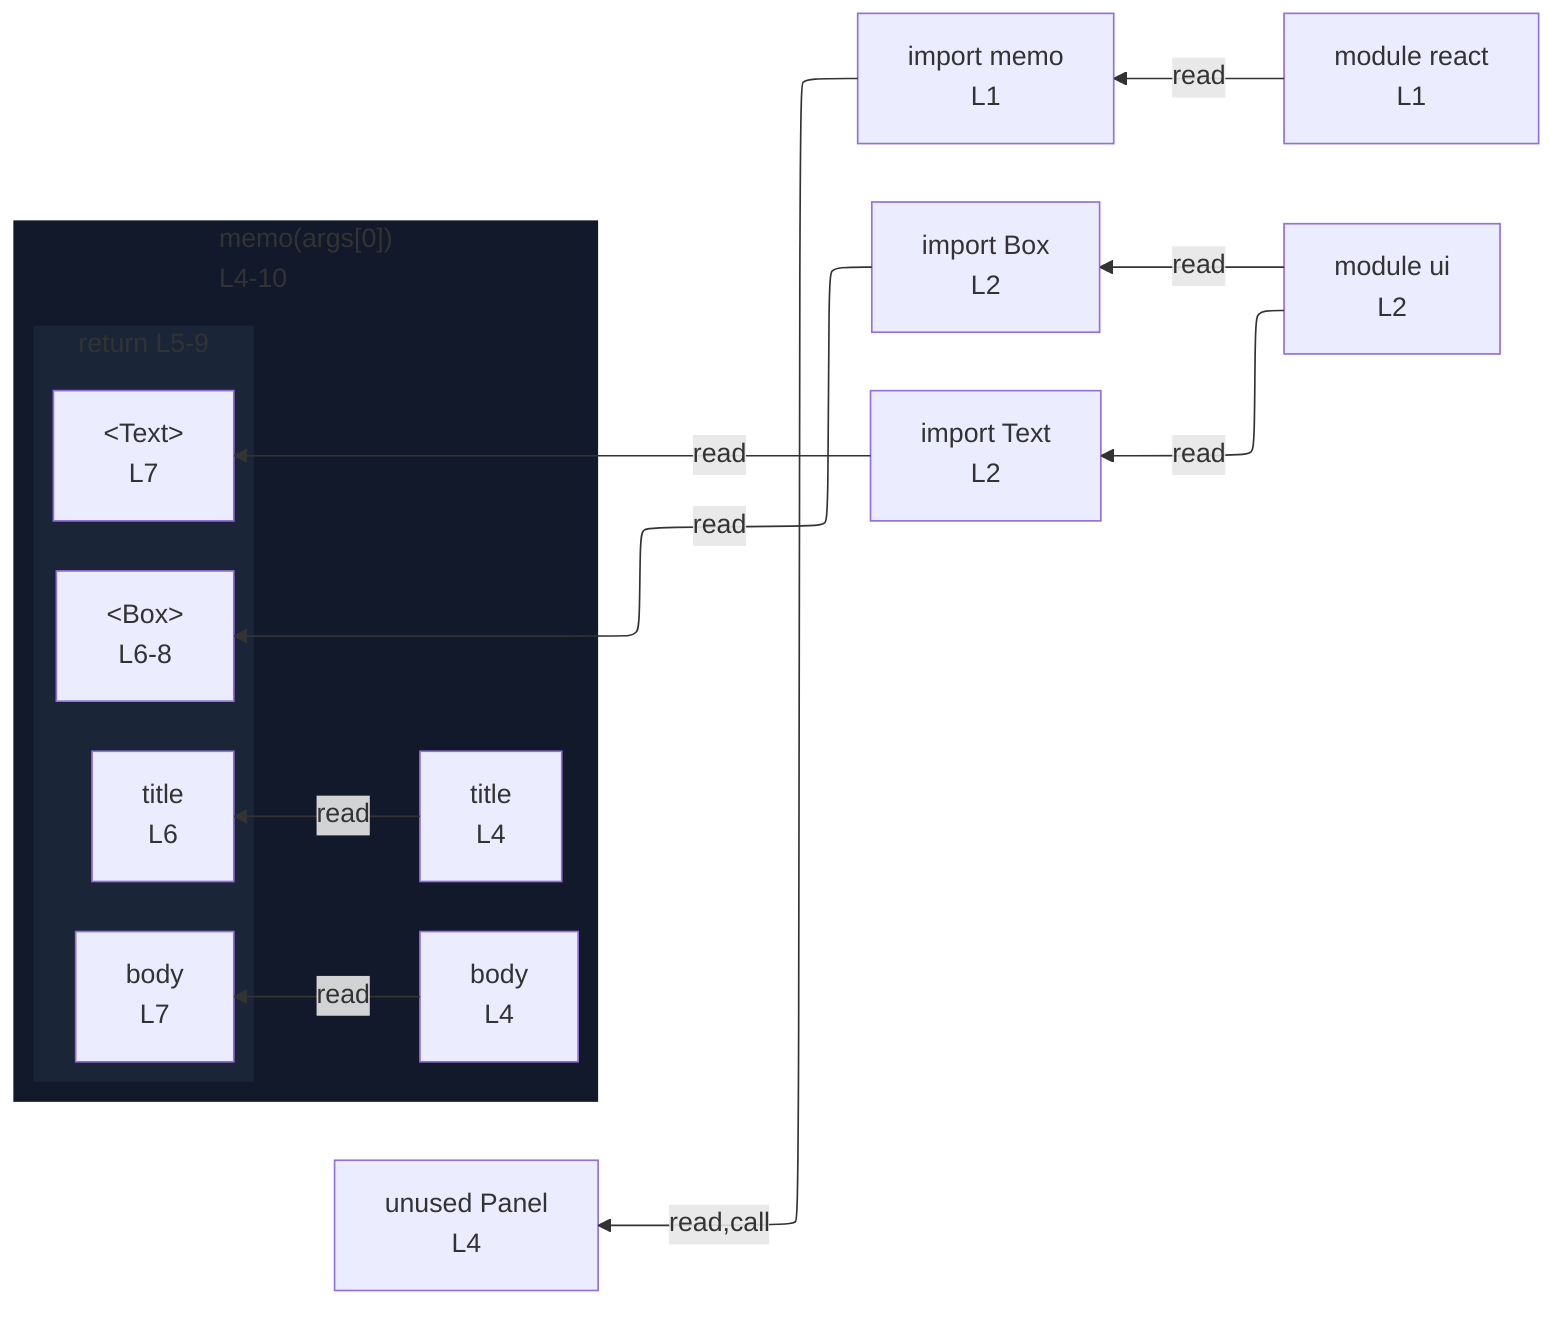
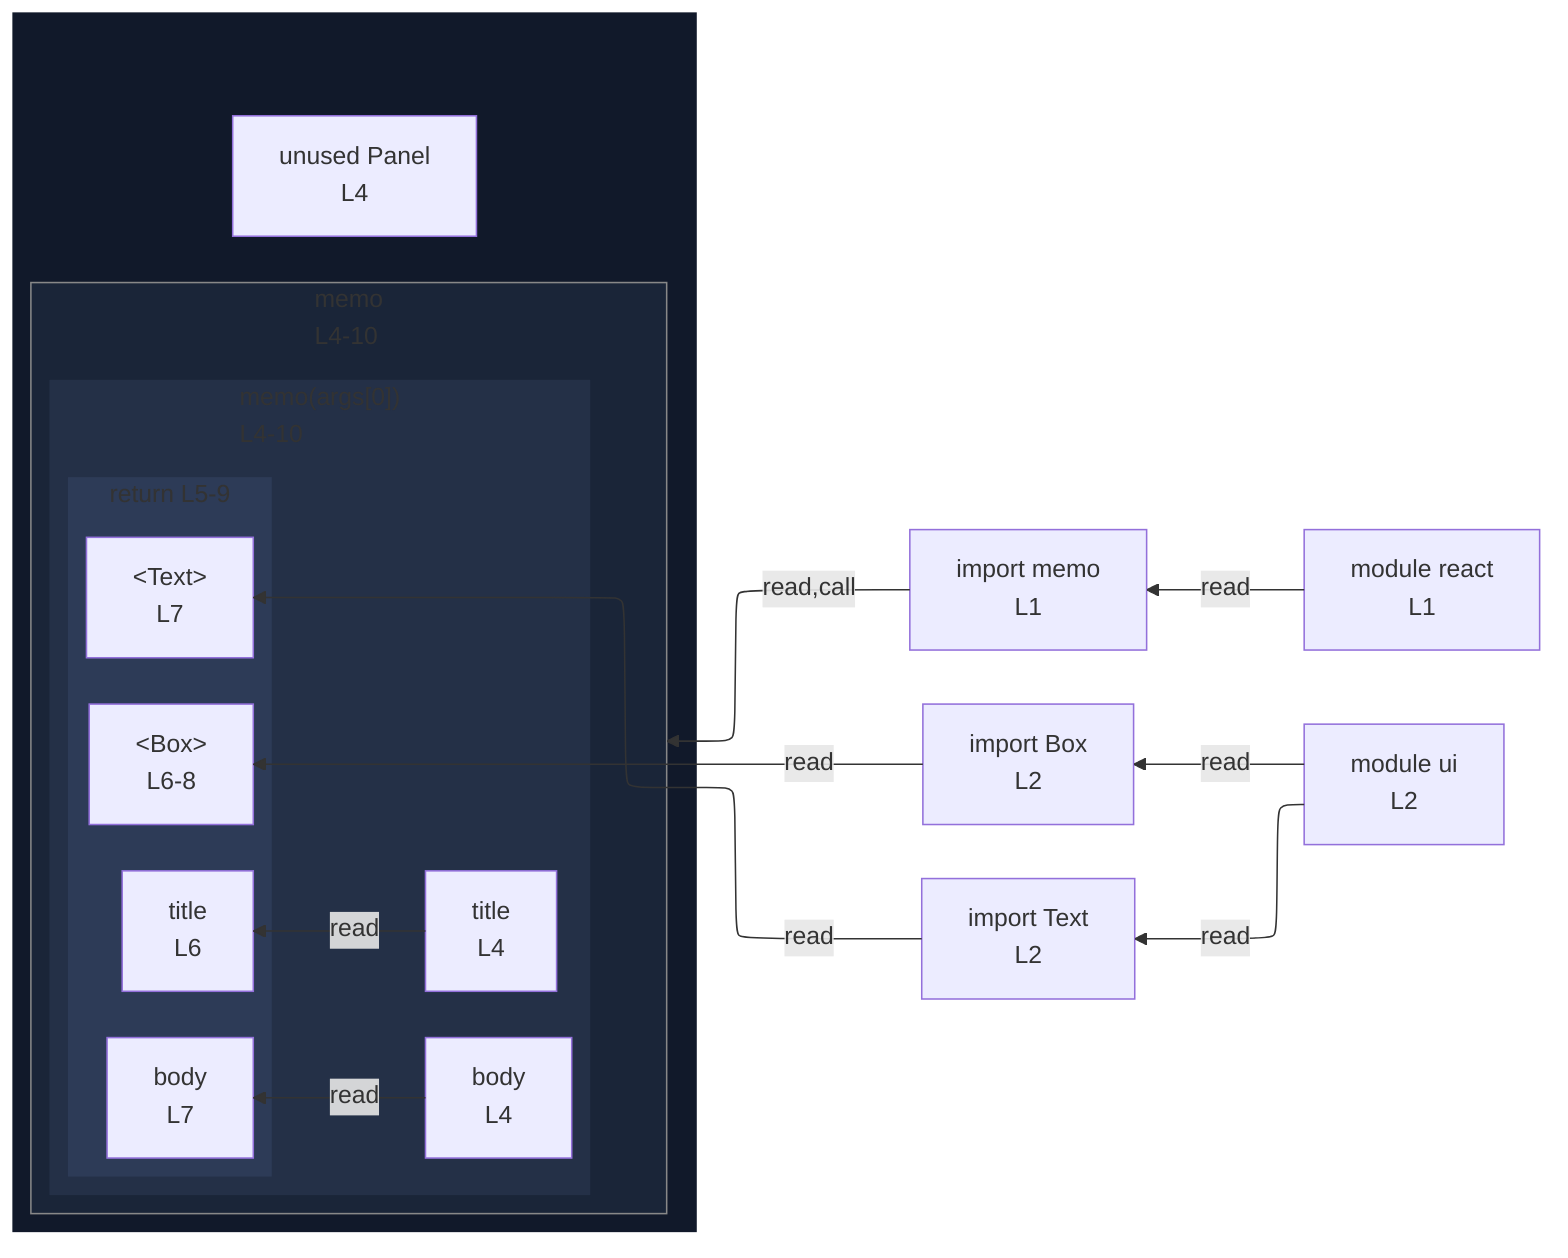
%%{init: {"flowchart": {"defaultRenderer": "elk"}}}%%
flowchart RL
  n_scope_0_memo_9["import memo<br/>L1"]
  n_scope_0_Box_39["import Box<br/>L2"]
  n_scope_0_Text_44["import Text<br/>L2"]
-   n_scope_0_Panel_76["unused Panel<br/>L4"]
-   subgraph s_scope_1["memo(args[0])<br/>L4-10"]
-     direction RL
-     n_scope_1_title_90["title<br/>L4"]
-     n_scope_1_body_105["body<br/>L4"]
-     subgraph s_return_scope_1_126_200["return L5-9"]
+   subgraph wrap_call_proxy_ref_1[" "]
+     direction TB
+     n_scope_0_Panel_76["unused Panel<br/>L4"]
+     subgraph call_proxy_ref_1["memo<br/>L4-10"]
      direction RL
-       ret_use_ref_2["&lt;Box&gt;<br/>L6-8"]
-       ret_use_ref_3["title<br/>L6"]
-       ret_use_ref_4["&lt;Text&gt;<br/>L7"]
-       ret_use_ref_5["body<br/>L7"]
+       subgraph s_scope_1["memo(args[0])<br/>L4-10"]
+         direction RL
+         n_scope_1_title_90["title<br/>L4"]
+         n_scope_1_body_105["body<br/>L4"]
+         subgraph s_return_scope_1_126_200["return L5-9"]
+           direction RL
+           ret_use_ref_2["&lt;Box&gt;<br/>L6-8"]
+           ret_use_ref_3["title<br/>L6"]
+           ret_use_ref_4["&lt;Text&gt;<br/>L7"]
+           ret_use_ref_5["body<br/>L7"]
+         end
+       end
    end
  end
-   n_scope_0_memo_9 -->|read,call| n_scope_0_Panel_76
+   n_scope_0_memo_9 -->|read,call| call_proxy_ref_1
  n_scope_0_Box_39 -->|read| ret_use_ref_2
  n_scope_1_title_90 -->|read| ret_use_ref_3
  n_scope_0_Text_44 -->|read| ret_use_ref_4
  n_scope_1_body_105 -->|read| ret_use_ref_5
  mod_react["module react<br/>L1"]
  mod_ui["module ui<br/>L2"]
  mod_react -->|read| n_scope_0_memo_9
  mod_ui -->|read| n_scope_0_Box_39
  mod_ui -->|read| n_scope_0_Text_44
  classDef nestL1 fill:#11192a,stroke:transparent;
-   class s_scope_1 nestL1;
+   class wrap_call_proxy_ref_1 nestL1;
  classDef nestL2 fill:#1a2538,stroke:transparent;
-   class s_return_scope_1_126_200 nestL2;
+   class call_proxy_ref_1 nestL2;
+   classDef nestL3 fill:#243047,stroke:transparent;
+   class s_scope_1 nestL3;
+   classDef nestL4 fill:#2d3b57,stroke:transparent;
+   class s_return_scope_1_126_200 nestL4;
+   classDef edgeTargetSubgraph stroke:#888;
+   class call_proxy_ref_1 edgeTargetSubgraph;
